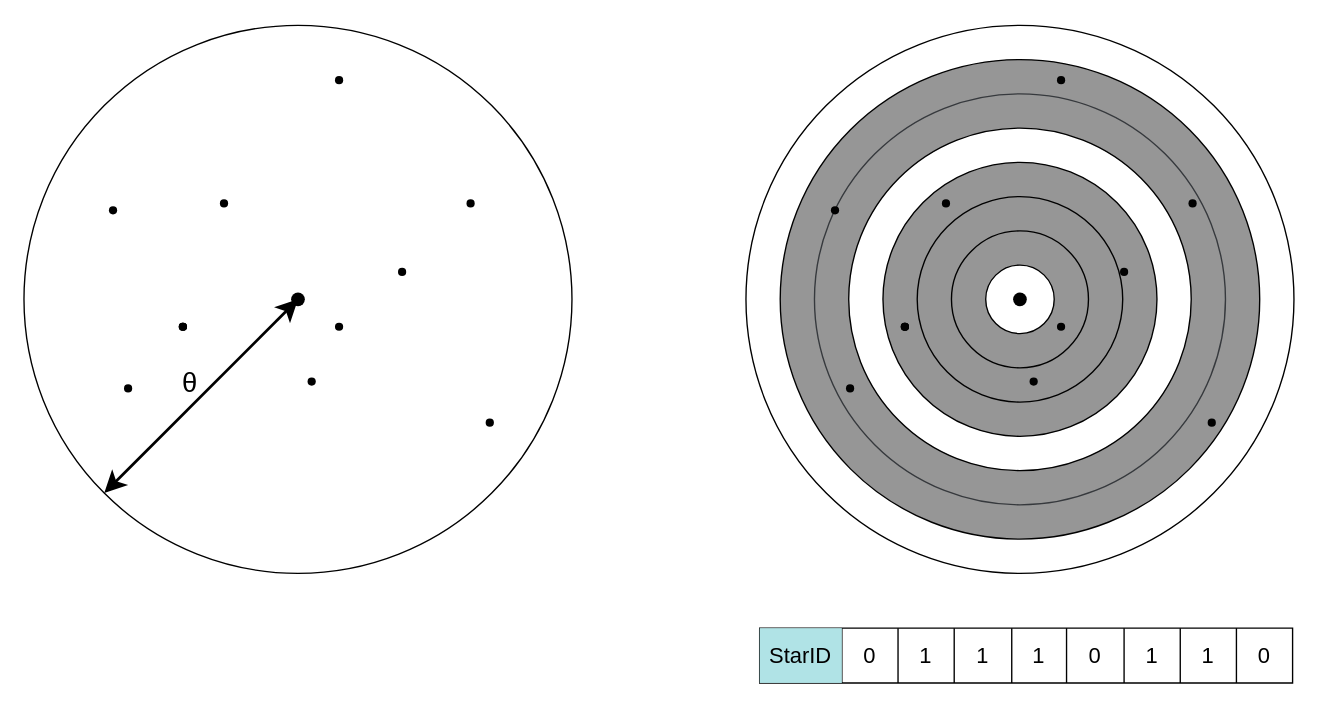
Above: 未命名绘图.drawio in Isaiah-wood/draw.io (draw.io), before the change. Source tidied: cells renumbered, new cells numbered last; positions are measured from the earlier drawing's top-left corner, leaving out a move shared by most shapes. Both pictures are drawn from the tidied source at 137%, with x=0, y=0 at pixel (23, 25).
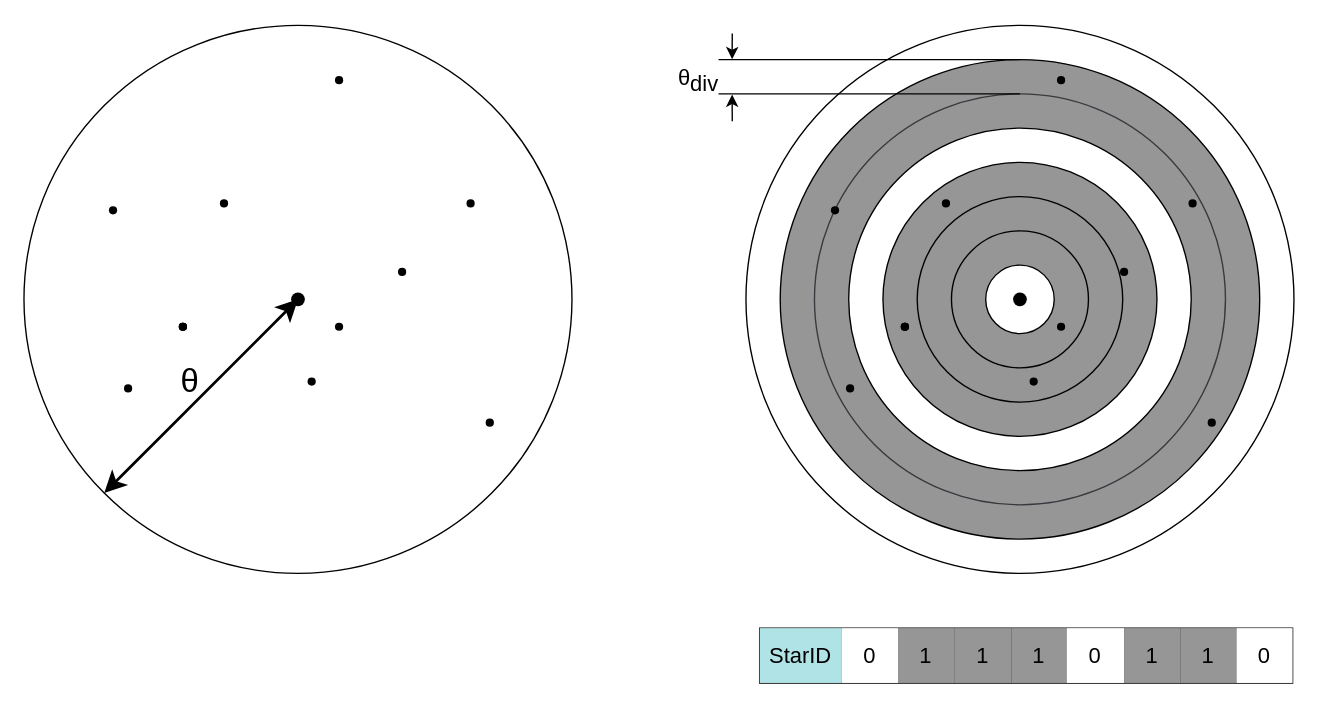
The same diagram, later.

Commit message:
更新未命名绘图.drawio

The change refers to these unchanged cells:
```xml
<mxCell id="39" style="shape=tableRow;horizontal=0;startSize=0;swimlaneHead=0;swimlaneBody=0;strokeColor=inherit;top=0;left=0;bottom=0;right=0;fillColor=none;fontSize=16;" parent="38" vertex="1">
  <mxGeometry width="389" height="40" as="geometry" />
</mxCell>
```

Diff of the diagram source:
```diff
@@
-    <mxCell id="41" value="0" style="shape=partialRectangle;html=1;whiteSpace=wrap;strokeColor=inherit;overflow=hidden;fillColor=none;top=0;left=0;bottom=0;right=0;fontSize=16;" parent="39" vertex="1">
+    <mxCell id="41" value="0" style="shape=partialRectangle;html=1;whiteSpace=wrap;overflow=hidden;top=0;left=0;bottom=0;right=0;fontSize=16;" parent="39" vertex="1">
       <mxGeometry x="60" width="41" height="40" as="geometry" />
     </mxCell>
-    <mxCell id="42" value="1" style="shape=partialRectangle;html=1;whiteSpace=wrap;strokeColor=inherit;overflow=hidden;fillColor=none;top=0;left=0;bottom=0;right=0;fontSize=16;" parent="39" vertex="1">
+    <mxCell id="42" value="1" style="shape=partialRectangle;html=1;whiteSpace=wrap;overflow=hidden;top=0;left=0;bottom=0;right=0;fontSize=16;fillColor=#969696;" parent="39" vertex="1">
       <mxGeometry x="101" width="41" height="40" as="geometry" />
     </mxCell>
-    <mxCell id="43" value="1" style="shape=partialRectangle;html=1;whiteSpace=wrap;strokeColor=inherit;overflow=hidden;fillColor=none;top=0;left=0;bottom=0;right=0;fontSize=16;" parent="39" vertex="1">
+    <mxCell id="43" value="1" style="shape=partialRectangle;html=1;whiteSpace=wrap;overflow=hidden;top=0;left=0;bottom=0;right=0;fontSize=16;fillColor=#969696;" parent="39" vertex="1">
       <mxGeometry x="142" width="42" height="40" as="geometry" />
     </mxCell>
-    <mxCell id="44" value="1" style="shape=partialRectangle;html=1;whiteSpace=wrap;strokeColor=inherit;overflow=hidden;fillColor=none;top=0;left=0;bottom=0;right=0;fontSize=16;" parent="39" vertex="1">
+    <mxCell id="44" value="1" style="shape=partialRectangle;html=1;whiteSpace=wrap;overflow=hidden;top=0;left=0;bottom=0;right=0;fontSize=16;fillColor=#969696;" parent="39" vertex="1">
       <mxGeometry x="184" width="40" height="40" as="geometry" />
     </mxCell>
-    <mxCell id="45" value="0" style="shape=partialRectangle;html=1;whiteSpace=wrap;strokeColor=inherit;overflow=hidden;fillColor=none;top=0;left=0;bottom=0;right=0;fontSize=16;" parent="39" vertex="1">
+    <mxCell id="45" value="0" style="shape=partialRectangle;html=1;whiteSpace=wrap;overflow=hidden;top=0;left=0;bottom=0;right=0;fontSize=16;" parent="39" vertex="1">
       <mxGeometry x="224" width="42" height="40" as="geometry" />
     </mxCell>
-    <mxCell id="46" value="1" style="shape=partialRectangle;html=1;whiteSpace=wrap;strokeColor=inherit;overflow=hidden;fillColor=none;top=0;left=0;bottom=0;right=0;fontSize=16;" parent="39" vertex="1">
+    <mxCell id="46" value="1" style="shape=partialRectangle;html=1;whiteSpace=wrap;overflow=hidden;top=0;left=0;bottom=0;right=0;fontSize=16;fillColor=#969696;" parent="39" vertex="1">
       <mxGeometry x="266" width="41" height="40" as="geometry" />
     </mxCell>
-    <mxCell id="47" value="1" style="shape=partialRectangle;html=1;whiteSpace=wrap;strokeColor=inherit;overflow=hidden;fillColor=none;top=0;left=0;bottom=0;right=0;fontSize=16;" parent="39" vertex="1">
+    <mxCell id="47" value="1" style="shape=partialRectangle;html=1;whiteSpace=wrap;overflow=hidden;top=0;left=0;bottom=0;right=0;fontSize=16;fillColor=#969696;" parent="39" vertex="1">
       <mxGeometry x="307" width="41" height="40" as="geometry" />
     </mxCell>
-    <mxCell id="48" value="0" style="shape=partialRectangle;html=1;whiteSpace=wrap;strokeColor=inherit;overflow=hidden;fillColor=none;top=0;left=0;bottom=0;right=0;fontSize=16;" parent="39" vertex="1">
+    <mxCell id="48" value="0" style="shape=partialRectangle;html=1;whiteSpace=wrap;overflow=hidden;top=0;left=0;bottom=0;right=0;fontSize=16;" parent="39" vertex="1">
       <mxGeometry x="348" width="41" height="40" as="geometry" />
     </mxCell>
-    <mxCell id="49" value="&lt;font style=&quot;font-size: 20px;&quot;&gt;θ&lt;/font&gt;" style="text;html=1;align=center;verticalAlign=middle;strokeColor=none;fillColor=none;" parent="1" vertex="1">
-      <mxGeometry x="106" y="240" width="30" height="40" as="geometry" />
+    <mxCell id="49" value="&lt;font style=&quot;font-size: 24px;&quot;&gt;θ&lt;/font&gt;" style="text;html=1;align=center;verticalAlign=middle;strokeColor=none;fillColor=none;strokeWidth=1;fontSize=24;" parent="1" vertex="1">
+      <mxGeometry x="101" y="240" width="40" height="40" as="geometry" />
     </mxCell>
+    <mxCell id="50" style="line;strokeWidth=1;html=1;" parent="1" vertex="1">
+      <mxGeometry x="507" y="20" width="220" height="10" as="geometry" />
+    </mxCell>
+    <mxCell id="51" style="line;strokeWidth=1;html=1;" parent="1" vertex="1">
+      <mxGeometry x="507" y="45" width="220" height="10" as="geometry" />
+    </mxCell>
+    <mxCell id="52" style="endArrow=none;startArrow=classic;html=1;rounded=0;endFill=0;exitX=0.045;exitY=0.479;exitDx=0;exitDy=0;exitPerimeter=0;strokeWidth=1;" parent="1" edge="1" source="50">
+      <mxGeometry relative="1" as="geometry">
+        <mxPoint x="517" y="6" as="targetPoint" />
+      </mxGeometry>
+    </mxCell>
+    <mxCell id="53" style="endArrow=none;startArrow=classic;html=1;rounded=0;endFill=0;exitX=0.045;exitY=0.55;exitDx=0;exitDy=0;exitPerimeter=0;" parent="1" edge="1" source="51">
+      <mxGeometry relative="1" as="geometry">
+        <mxPoint x="517" y="70" as="targetPoint" />
+      </mxGeometry>
+    </mxCell>
+    <mxCell id="54" value="&lt;font style=&quot;font-size: 16px;&quot;&gt;θ&lt;sub style=&quot;font-size: 16px;&quot;&gt;div&lt;/sub&gt;&lt;/font&gt;" style="text;html=1;align=center;verticalAlign=middle;strokeColor=none;fillColor=none;fontSize=16;" parent="1" vertex="1">
+      <mxGeometry x="467" y="20" width="50" height="40" as="geometry" />
+    </mxCell>
```
